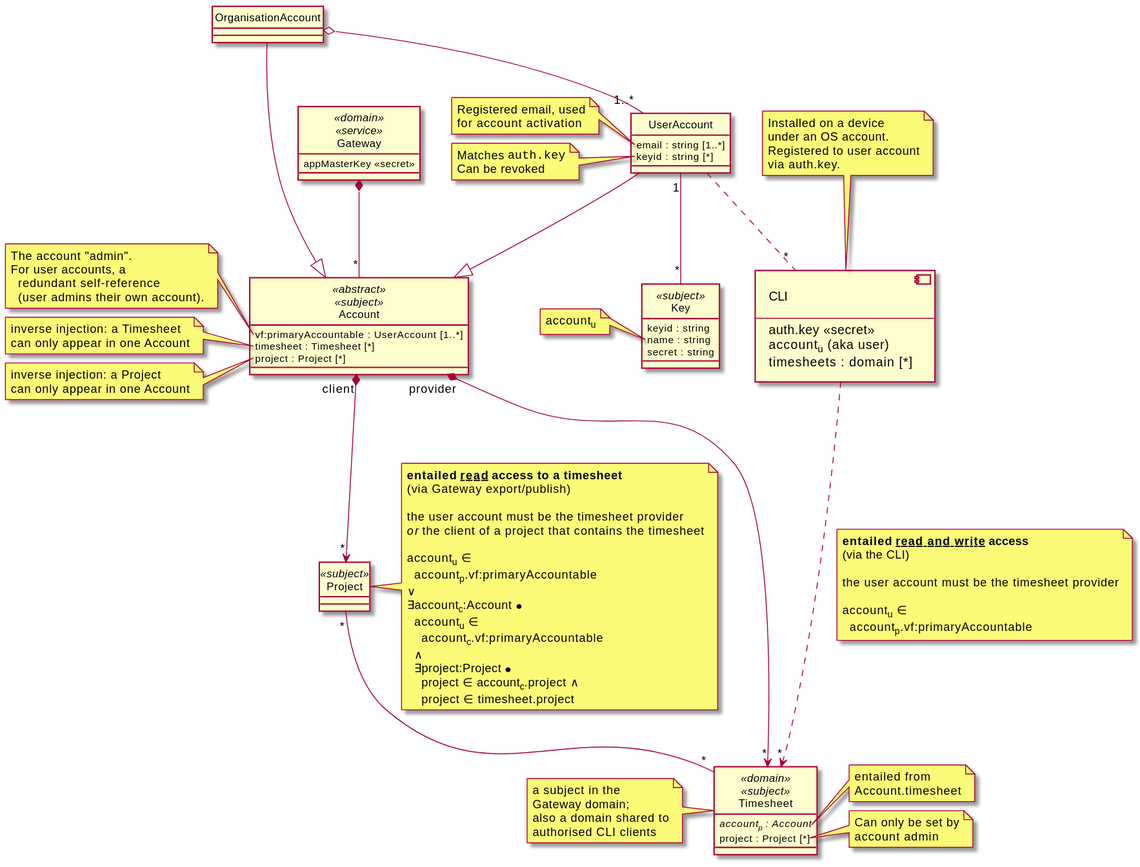
Above: architecture/security/img/accounts.class.svg in m-ld/timeld (PlantUML), before the change.
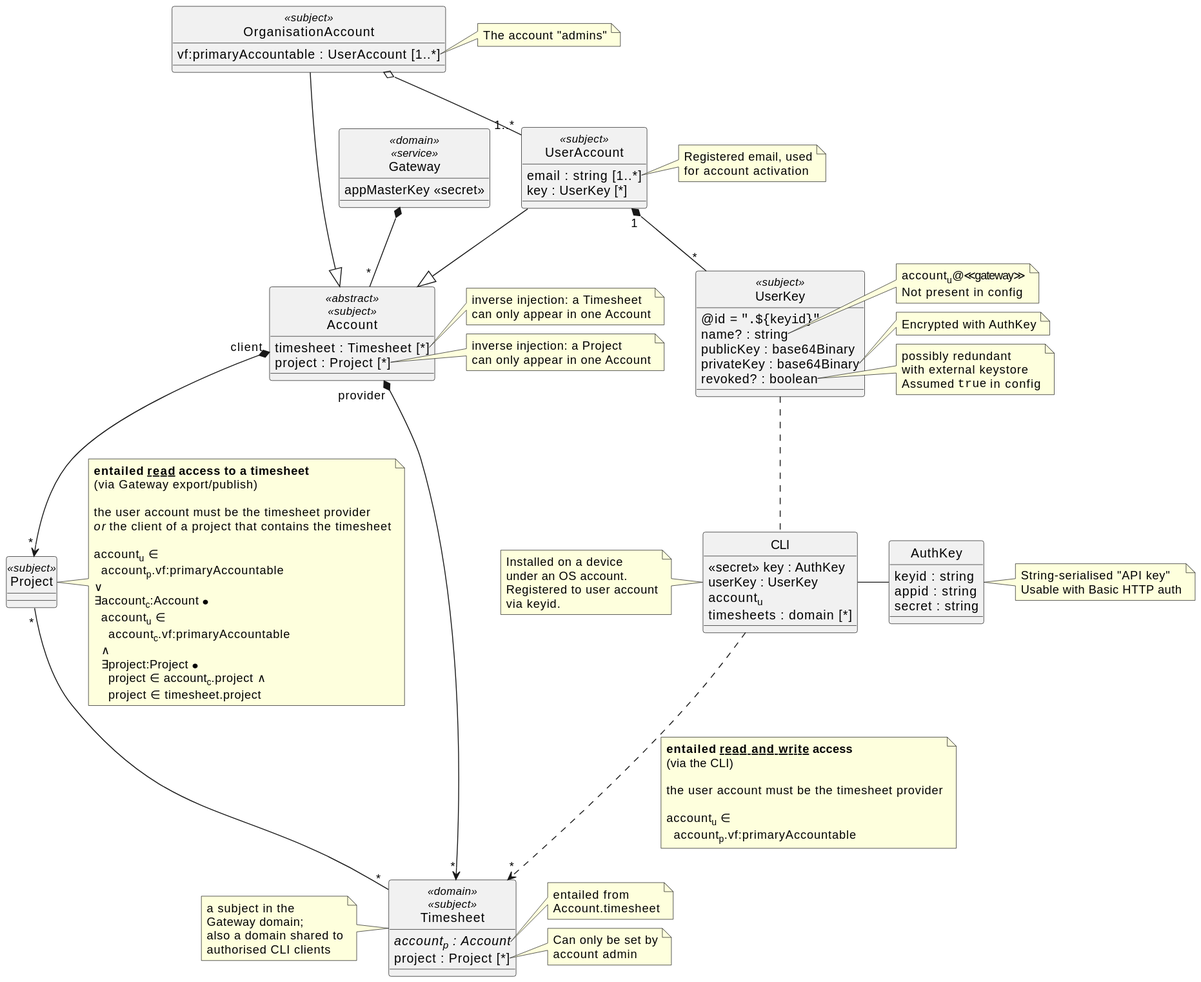
Later version of the same file.

Change to the diagram source:
```diff
@@ -10,21 +10,14 @@
 Gateway *-- "*" Account
 
 class Account <<abstract>> <<subject>> {
-  vf:primaryAccountable : UserAccount [1..*]
   timesheet : Timesheet [*]
   project : Project [*]
 }
-note left of Account::vf:primaryAccountable
-  The account "admin".
-  For user accounts, a
-    redundant self-reference
-    (user admins their own account).
-end note
-note left of Account::timesheet
+note right of Account::timesheet
   inverse injection: a Timesheet
   can only appear in one Account
 end note
-note left of Account::project
+note right of Account::project
   inverse injection: a Project
   can only appear in one Account
 end note
@@ -33,22 +26,22 @@
 
 Account "client" *--> "*" Project
 
-class UserAccount {
+class UserAccount <<subject>> {
   email : string [1..*]
-  keyid : string [*]
+  key : UserKey [*]
 }
-note left of UserAccount::email
+note right of UserAccount::email
   Registered email, used
   for account activation
 end note
-note left of UserAccount::keyid
-  Matches ""auth.key""
-  Can be revoked
-end note
 UserAccount --|> Account
 
-class OrganisationAccount {
+class OrganisationAccount <<subject>> {
+  vf:primaryAccountable : UserAccount [1..*]
 }
+note right of OrganisationAccount::vf:primaryAccountable
+  The account "admins"
+end note
 OrganisationAccount --|> Account
 OrganisationAccount o-- "1..*" UserAccount
 
@@ -94,22 +87,20 @@
 
 Project "*" -- "*" Timesheet
 
-component CLI [
-  CLI
-
-  ---
-  auth.key <<secret>>
-  account<sub>u</sub> (aka user)
+class CLI {
+  <<secret>> key : AuthKey
+  userKey : UserKey
+  account<sub>u</sub>
   timesheets : domain [*]
-]
-note top of CLI
+}
+note left of CLI
   Installed on a device
   under an OS account.
   Registered to user account
-  via auth.key.
+  via keyid.
 end note
 
-UserAccount .. "*" CLI
+UserKey .. CLI
 
 CLI ..> "*" Timesheet
 note bottom on link
@@ -122,15 +113,37 @@
     account<sub>p</sub>.vf:primaryAccountable
 end note
 
-class Key <<subject>> {
+class UserKey <<subject>> {
+  @id = """.${keyid}" ""
+  name? : string
+  publicKey : base64Binary
+  privateKey : base64Binary
+  revoked? : boolean
+}
+note right of UserKey::name
+  account<sub>u</sub>@≪gateway≫
+  Not present in config
+end note
+note right of UserKey::privateKey
+  Encrypted with AuthKey
+end note
+note right of UserKey::revoked
+  possibly redundant
+  with external keystore
+  Assumed ""true"" in config
+end note
+
+UserAccount "1" *-- "*" UserKey
+
+class AuthKey {
   keyid : string
-  name : string
+  appid : string
   secret : string
 }
-note left of Key::name
-  account<sub>u</sub>
+note right of AuthKey
+  String-serialised "API key"
+  Usable with Basic HTTP auth
 end note
-
-UserAccount "1" -- "*" Key
+CLI - AuthKey
 
 @enduml
```
